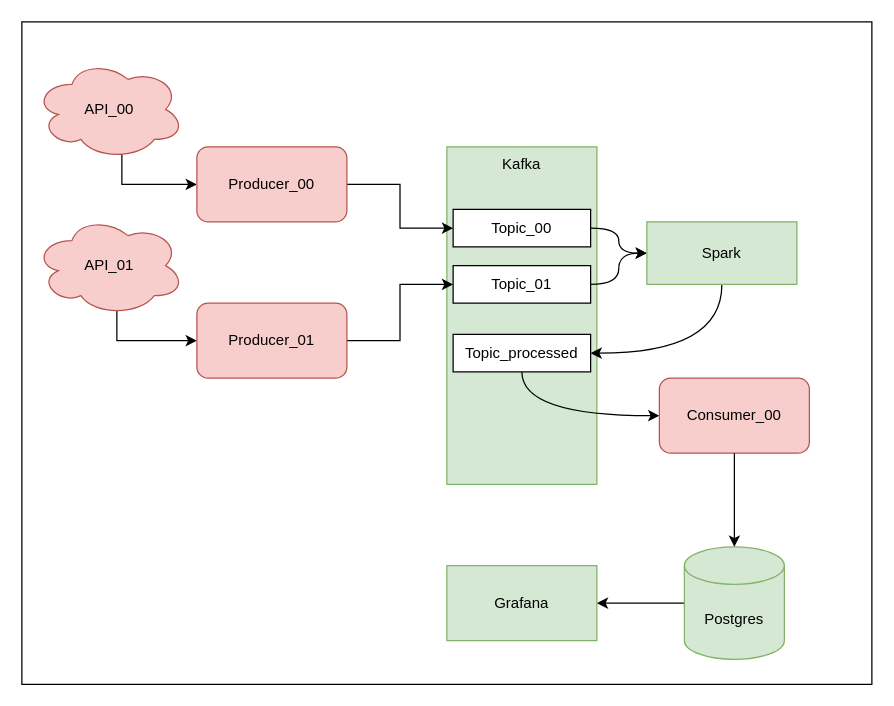
Before: img/DSI_proj_infrastructure.drawio in toporek3112/vienna_public-transport_weather_correlation, a draw.io diagram. Source tidied: cells renumbered, new cells numbered last; positions are measured from the earlier drawing's top-left corner, leaving out a move shared by most shapes. Both pictures are drawn from the tidied source at 125%, with x=0, y=0 at pixel (21, 21).
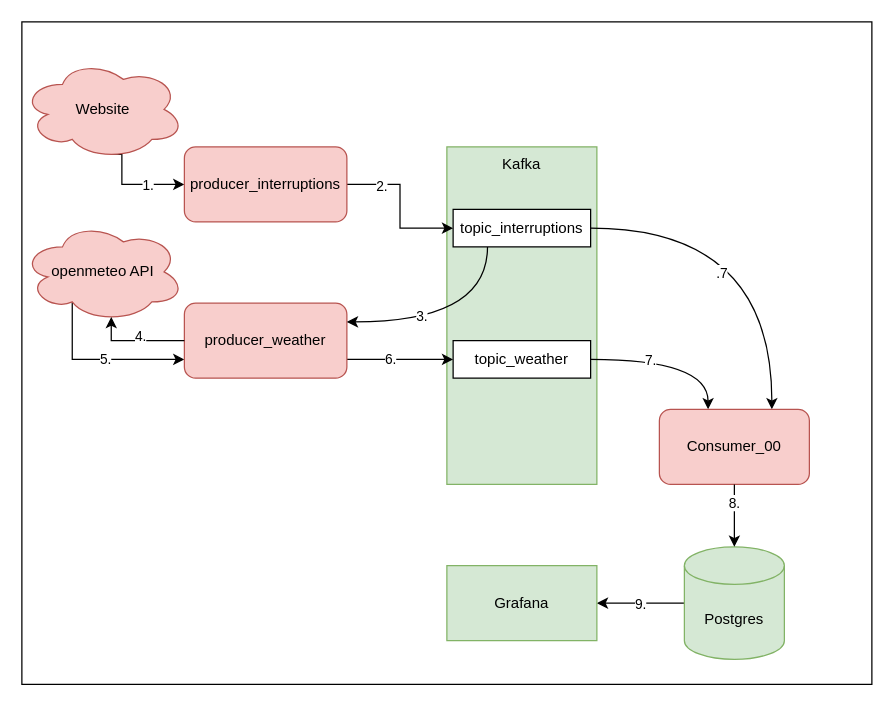
After the change.

Unchanged cells that the change refers to:
```xml
<mxCell id="4" style="edgeStyle=orthogonalEdgeStyle;rounded=0;jettySize=auto;html=1;exitX=0.55;exitY=0.95;exitDx=0;exitDy=0;exitPerimeter=0;entryX=0;entryY=0.5;entryDx=0;entryDy=0;" parent="1" edge="1" source="5" target="7">
  <mxGeometry relative="1" as="geometry">
    <Array as="points">
      <mxPoint x="80" y="106" />
      <mxPoint x="80" y="130" />
    </Array>
  </mxGeometry>
</mxCell>
<mxCell id="6" style="edgeStyle=orthogonalEdgeStyle;rounded=0;jettySize=auto;html=1;exitX=1;exitY=0.5;exitDx=0;exitDy=0;entryX=0;entryY=0.5;entryDx=0;entryDy=0;" parent="1" edge="1" source="7" target="13">
  <mxGeometry relative="1" as="geometry" />
</mxCell>
<mxCell id="21" style="edgeStyle=none;rounded=0;jettySize=auto;html=1;exitX=0;exitY=0.5;exitDx=0;exitDy=0;exitPerimeter=0;entryX=1;entryY=0.5;entryDx=0;entryDy=0;" parent="1" edge="1" source="22" target="24">
  <mxGeometry relative="1" as="geometry" />
</mxCell>
<mxCell id="23" style="edgeStyle=orthogonalEdgeStyle;curved=1;rounded=0;jettySize=auto;html=1;exitX=0.5;exitY=1;exitDx=0;exitDy=0;entryX=0.5;entryY=0;entryDx=0;entryDy=0;entryPerimeter=0;" parent="1" edge="1" source="20" target="22">
  <mxGeometry relative="1" as="geometry" />
</mxCell>
```

Change to the diagram source:
```diff
@@
+    <mxCell id="25" value="1." style="edgeLabel;html=1;align=center;verticalAlign=middle;" parent="4" vertex="1">
+      <mxGeometry x="0.03" relative="1" as="geometry">
+        <mxPoint x="11" as="offset" />
+      </mxGeometry>
+    </mxCell>
-    <mxCell id="5" value="API_00" style="ellipse;shape=cloud;whiteSpace=wrap;html=1;fillColor=#f8cecc;strokeColor=#b85450;" parent="1" vertex="1">
-      <mxGeometry x="10" y="30" width="120" height="80" as="geometry" />
+    <mxCell id="5" value="Website" style="ellipse;shape=cloud;whiteSpace=wrap;html=1;fillColor=#f8cecc;strokeColor=#b85450;" parent="1" vertex="1">
+      <mxGeometry y="30" width="130" height="80" as="geometry" />
     </mxCell>
@@
+    <mxCell id="26" value="2." style="edgeLabel;html=1;align=center;verticalAlign=middle;" parent="6" vertex="1">
+      <mxGeometry x="-0.55" y="-1" relative="1" as="geometry" />
+    </mxCell>
-    <mxCell id="7" value="Producer_00" style="rounded=1;whiteSpace=wrap;html=1;fillColor=#f8cecc;strokeColor=#b85450;" parent="1" vertex="1">
-      <mxGeometry x="140" y="100" width="120" height="60" as="geometry" />
+    <mxCell id="7" value="producer_interruptions" style="rounded=1;whiteSpace=wrap;html=1;fillColor=#f8cecc;strokeColor=#b85450;" parent="1" vertex="1">
+      <mxGeometry x="130" y="100" width="130" height="60" as="geometry" />
     </mxCell>
-    <mxCell id="8" style="edgeStyle=orthogonalEdgeStyle;rounded=0;jettySize=auto;html=1;exitX=0.55;exitY=0.95;exitDx=0;exitDy=0;exitPerimeter=0;entryX=0;entryY=0.5;entryDx=0;entryDy=0;" parent="1" edge="1" source="9" target="11">
+    <mxCell id="8" style="edgeStyle=orthogonalEdgeStyle;rounded=0;jettySize=auto;html=1;exitX=0.31;exitY=0.8;exitDx=0;exitDy=0;exitPerimeter=0;entryX=0;entryY=0.75;entryDx=0;entryDy=0;" parent="1" edge="1" source="9" target="11">
       <mxGeometry relative="1" as="geometry">
         <Array as="points">
-          <mxPoint x="76" y="255" />
+          <mxPoint x="40" y="270" />
         </Array>
       </mxGeometry>
     </mxCell>
+    <mxCell id="27" value="5." style="edgeLabel;html=1;align=center;verticalAlign=middle;" parent="8" vertex="1">
+      <mxGeometry x="0.06" y="1" relative="1" as="geometry" />
+    </mxCell>
-    <mxCell id="9" value="API_01" style="ellipse;shape=cloud;whiteSpace=wrap;html=1;fillColor=#f8cecc;strokeColor=#b85450;" parent="1" vertex="1">
-      <mxGeometry x="10" y="155" width="120" height="80" as="geometry" />
+    <mxCell id="9" value="openmeteo API" style="ellipse;shape=cloud;whiteSpace=wrap;html=1;fillColor=#f8cecc;strokeColor=#b85450;" parent="1" vertex="1">
+      <mxGeometry y="160" width="130" height="80" as="geometry" />
     </mxCell>
-    <mxCell id="10" style="edgeStyle=orthogonalEdgeStyle;rounded=0;jettySize=auto;html=1;exitX=1;exitY=0.5;exitDx=0;exitDy=0;entryX=0;entryY=0.5;entryDx=0;entryDy=0;" parent="1" edge="1" source="11" target="15">
+    <mxCell id="10" style="edgeStyle=orthogonalEdgeStyle;rounded=0;jettySize=auto;html=1;exitX=1;exitY=0.75;exitDx=0;exitDy=0;entryX=0;entryY=0.5;entryDx=0;entryDy=0;" parent="1" edge="1" source="11" target="15">
       <mxGeometry relative="1" as="geometry" />
     </mxCell>
+    <mxCell id="28" value="6." style="edgeLabel;html=1;align=center;verticalAlign=middle;" parent="10" vertex="1">
+      <mxGeometry x="-0.2" y="1" relative="1" as="geometry" />
+    </mxCell>
-    <mxCell id="11" value="Producer_01" style="rounded=1;whiteSpace=wrap;html=1;fillColor=#f8cecc;strokeColor=#b85450;" parent="1" vertex="1">
-      <mxGeometry x="140" y="225" width="120" height="60" as="geometry" />
+    <mxCell id="11" value="producer_weather" style="rounded=1;whiteSpace=wrap;html=1;fillColor=#f8cecc;strokeColor=#b85450;" parent="1" vertex="1">
+      <mxGeometry x="130" y="225" width="130" height="60" as="geometry" />
     </mxCell>
-    <mxCell id="12" style="edgeStyle=orthogonalEdgeStyle;curved=1;rounded=0;jettySize=auto;html=1;exitX=1;exitY=0.5;exitDx=0;exitDy=0;entryX=0;entryY=0.5;entryDx=0;entryDy=0;" parent="1" edge="1" source="13" target="17">
+    <mxCell id="12" style="edgeStyle=orthogonalEdgeStyle;curved=1;rounded=0;jettySize=auto;html=1;exitX=1;exitY=0.5;exitDx=0;exitDy=0;entryX=0.75;entryY=0;entryDx=0;entryDy=0;" parent="1" edge="1" source="13" target="20">
       <mxGeometry relative="1" as="geometry" />
     </mxCell>
+    <mxCell id="29" value=".7" style="edgeLabel;html=1;align=center;verticalAlign=middle;" parent="12" vertex="1">
+      <mxGeometry x="-0.26" y="-29" relative="1" as="geometry">
+        <mxPoint x="-3" y="6" as="offset" />
+      </mxGeometry>
+    </mxCell>
+    <mxCell id="30" style="edgeStyle=orthogonalEdgeStyle;rounded=0;jettySize=auto;html=1;exitX=0.25;exitY=1;exitDx=0;exitDy=0;entryX=1;entryY=0.25;entryDx=0;entryDy=0;curved=1;" parent="1" edge="1" source="13" target="11">
+      <mxGeometry relative="1" as="geometry" />
+    </mxCell>
+    <mxCell id="31" value="3." style="edgeLabel;html=1;align=center;verticalAlign=middle;" parent="30" vertex="1">
+      <mxGeometry x="0.19" y="-6" relative="1" as="geometry">
+        <mxPoint x="-10" y="1" as="offset" />
+      </mxGeometry>
+    </mxCell>
-    <mxCell id="13" value="&lt;div&gt;Topic_00&lt;/div&gt;" style="rounded=0;whiteSpace=wrap;html=1;" parent="1" vertex="1">
+    <mxCell id="13" value="topic_interruptions" style="rounded=0;whiteSpace=wrap;html=1;" parent="1" vertex="1">
       <mxGeometry x="345" y="150" width="110" height="30" as="geometry" />
     </mxCell>
-    <mxCell id="14" style="edgeStyle=orthogonalEdgeStyle;curved=1;rounded=0;jettySize=auto;html=1;exitX=1;exitY=0.5;exitDx=0;exitDy=0;entryX=0;entryY=0.5;entryDx=0;entryDy=0;" parent="1" edge="1" source="15" target="17">
-      <mxGeometry relative="1" as="geometry" />
+    <mxCell id="14" style="edgeStyle=orthogonalEdgeStyle;curved=1;rounded=0;jettySize=auto;html=1;exitX=1;exitY=0.5;exitDx=0;exitDy=0;entryX=0.325;entryY=0;entryDx=0;entryDy=0;entryPerimeter=0;" parent="1" edge="1" source="15" target="20">
+      <mxGeometry relative="1" as="geometry">
+        <Array as="points">
+          <mxPoint x="549" y="270" />
+        </Array>
+      </mxGeometry>
     </mxCell>
+    <mxCell id="32" value="7." style="edgeLabel;html=1;align=center;verticalAlign=middle;" parent="14" vertex="1">
+      <mxGeometry x="-0.3" relative="1" as="geometry" />
+    </mxCell>
-    <mxCell id="15" value="&lt;div&gt;Topic_01&lt;/div&gt;" style="rounded=0;whiteSpace=wrap;html=1;" parent="1" vertex="1">
-      <mxGeometry x="345" y="195" width="110" height="30" as="geometry" />
+    <mxCell id="15" value="topic_weather" style="rounded=0;whiteSpace=wrap;html=1;" parent="1" vertex="1">
+      <mxGeometry x="345" y="255" width="110" height="30" as="geometry" />
     </mxCell>
-    <mxCell id="16" style="edgeStyle=orthogonalEdgeStyle;curved=1;rounded=0;jettySize=auto;html=1;exitX=0.5;exitY=1;exitDx=0;exitDy=0;entryX=1;entryY=0.5;entryDx=0;entryDy=0;" parent="1" edge="1" source="17" target="19">
-      <mxGeometry relative="1" as="geometry" />
-    </mxCell>
-    <mxCell id="17" value="Spark" style="rounded=0;whiteSpace=wrap;html=1;fillColor=#d5e8d4;strokeColor=#82b366;" parent="1" vertex="1">
-      <mxGeometry x="500" y="160" width="120" height="50" as="geometry" />
-    </mxCell>
-    <mxCell id="18" style="edgeStyle=orthogonalEdgeStyle;curved=1;rounded=0;jettySize=auto;html=1;exitX=0.5;exitY=1;exitDx=0;exitDy=0;entryX=0;entryY=0.5;entryDx=0;entryDy=0;" parent="1" edge="1" source="19" target="20">
-      <mxGeometry relative="1" as="geometry" />
-    </mxCell>
-    <mxCell id="19" value="&lt;div&gt;Topic_processed&lt;/div&gt;" style="rounded=0;whiteSpace=wrap;html=1;" parent="1" vertex="1">
-      <mxGeometry x="345" y="250" width="110" height="30" as="geometry" />
-    </mxCell>
     <mxCell id="20" value="&lt;div&gt;Consumer_00&lt;/div&gt;" style="rounded=1;whiteSpace=wrap;html=1;fillColor=#f8cecc;strokeColor=#b85450;" parent="1" vertex="1">
-      <mxGeometry x="510" y="285" width="120" height="60" as="geometry" />
+      <mxGeometry x="510" y="310" width="120" height="60" as="geometry" />
     </mxCell>
@@
+    <mxCell id="33" value="9." style="edgeLabel;html=1;align=center;verticalAlign=middle;" parent="21" vertex="1">
+      <mxGeometry x="0.03" relative="1" as="geometry" />
+    </mxCell>
@@
+    <mxCell id="34" value="8." style="edgeLabel;html=1;align=center;verticalAlign=middle;" parent="23" vertex="1">
+      <mxGeometry x="-0.44" y="-1" relative="1" as="geometry" />
+    </mxCell>
@@
+    <mxCell id="35" style="edgeStyle=orthogonalEdgeStyle;rounded=0;jettySize=auto;html=1;exitX=0;exitY=0.5;exitDx=0;exitDy=0;entryX=0.55;entryY=0.95;entryDx=0;entryDy=0;entryPerimeter=0;" parent="1" edge="1" source="11" target="9">
+      <mxGeometry relative="1" as="geometry">
+        <Array as="points">
+          <mxPoint x="72" y="255" />
+        </Array>
+      </mxGeometry>
+    </mxCell>
+    <mxCell id="36" value="4." style="edgeLabel;html=1;align=center;verticalAlign=middle;" parent="35" vertex="1">
+      <mxGeometry x="-0.07" y="-4" relative="1" as="geometry" />
+    </mxCell>
```
